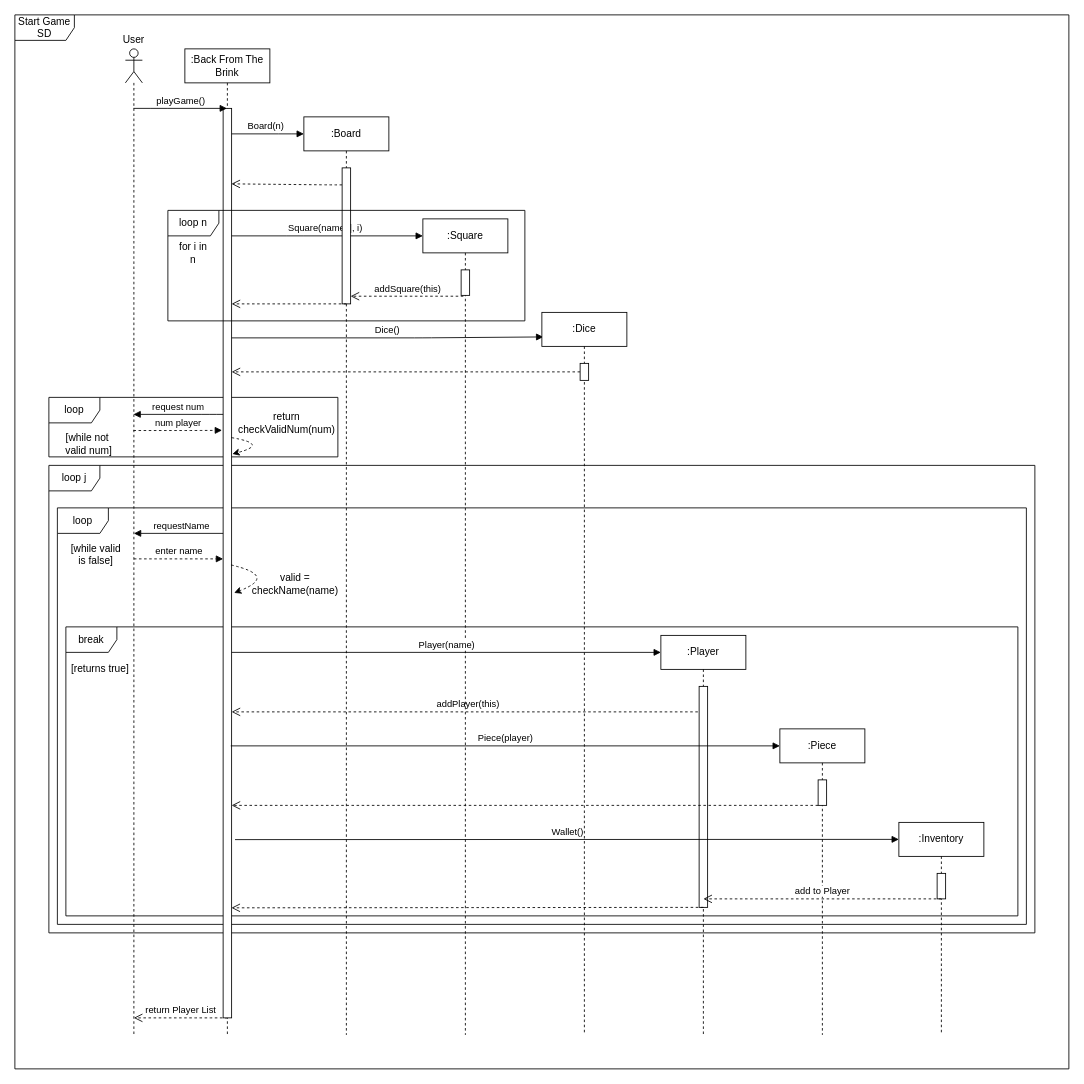
Earlier version of the draw.io diagram Documentation/Sequence Diagrams/Start Game SD (draft).drawio (cmcgarry5/csc2058-2021-g25). Source tidied: cells renumbered, new cells numbered last; positions are measured from the earlier drawing's top-left corner, leaving out a move shared by most shapes. Both pictures are drawn from the tidied source at 85%, with x=0, y=0 at pixel (14, 14).
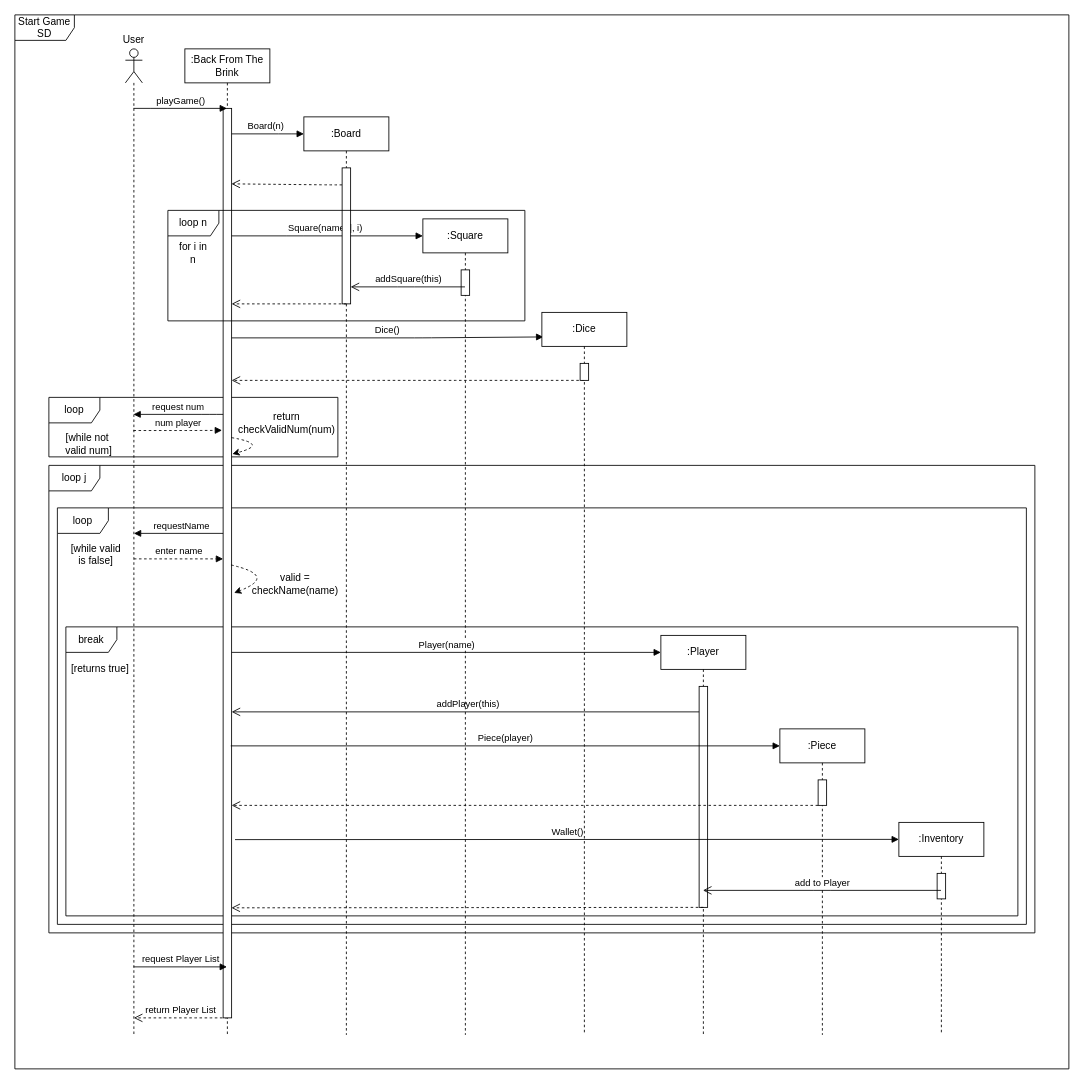
The same diagram, later.

Unchanged cells that the change refers to:
```xml
<mxCell id="13" style="shape=umlLifeline;participant=umlActor;perimeter=lifelinePerimeter;whiteSpace=wrap;html=1;verticalAlign=top;spacingTop=36;outlineConnect=0;" parent="1" vertex="1">
  <mxGeometry x="130" y="40" width="20" height="1160" as="geometry" />
</mxCell>
<mxCell id="14" value=":Back From The Brink" style="shape=umlLifeline;perimeter=lifelinePerimeter;whiteSpace=wrap;html=1;outlineConnect=0;" parent="1" vertex="1">
  <mxGeometry x="200" y="40" width="100" height="1160" as="geometry" />
</mxCell>
<mxCell id="15" style="html=1;points=[];perimeter=orthogonalPerimeter;" parent="14" vertex="1">
  <mxGeometry x="45" y="70" width="10" height="1070" as="geometry" />
</mxCell>
<mxCell id="19" style="html=1;points=[];perimeter=orthogonalPerimeter;" parent="18" vertex="1">
  <mxGeometry x="45" y="60" width="10" height="160" as="geometry" />
</mxCell>
<mxCell id="24" value=":Square" style="shape=umlLifeline;perimeter=lifelinePerimeter;whiteSpace=wrap;html=1;outlineConnect=0;" parent="1" vertex="1">
  <mxGeometry x="480" y="240" width="100" height="960" as="geometry" />
</mxCell>
<mxCell id="25" style="html=1;points=[];perimeter=orthogonalPerimeter;" parent="24" vertex="1">
  <mxGeometry x="45" y="60" width="10" height="30" as="geometry" />
</mxCell>
<mxCell id="31" value=":Player" style="shape=umlLifeline;perimeter=lifelinePerimeter;whiteSpace=wrap;html=1;outlineConnect=0;" parent="1" vertex="1">
  <mxGeometry x="760" y="730" width="100" height="470" as="geometry" />
</mxCell>
<mxCell id="45" value=":Dice" style="shape=umlLifeline;perimeter=lifelinePerimeter;whiteSpace=wrap;html=1;outlineConnect=0;" parent="1" vertex="1">
  <mxGeometry x="620" y="350" width="100" height="850" as="geometry" />
</mxCell>
<mxCell id="46" style="html=1;points=[];perimeter=orthogonalPerimeter;" parent="45" vertex="1">
  <mxGeometry x="45" y="60" width="10" height="20" as="geometry" />
</mxCell>
<mxCell id="47" value=":Inventory" style="shape=umlLifeline;perimeter=lifelinePerimeter;whiteSpace=wrap;html=1;outlineConnect=0;" parent="1" vertex="1">
  <mxGeometry x="1040" y="950" width="100" height="250" as="geometry" />
</mxCell>
```

What changed in the source:
```diff
@@
-    <mxCell id="2" value="addPlayer(this)" style="html=1;verticalAlign=bottom;endArrow=open;endSize=8;dashed=1;" parent="1" edge="1" source="31">
-      <mxGeometry relative="1" as="geometry">
-        <mxPoint x="255" y="820" as="targetPoint" />
-      </mxGeometry>
-    </mxCell>
@@
+    <mxCell id="7" value="break" style="shape=umlFrame;whiteSpace=wrap;html=1;" parent="1" vertex="1">
+      <mxGeometry x="60" y="720" width="1120" height="340" as="geometry" />
+    </mxCell>
+    <mxCell id="2" value="addPlayer(this)" style="html=1;verticalAlign=bottom;endArrow=open;endSize=8;" parent="1" edge="1" source="31">
+      <mxGeometry relative="1" as="geometry">
+        <mxPoint x="255" y="820" as="targetPoint" />
+      </mxGeometry>
+    </mxCell>
@@
-    <mxCell id="7" value="break" style="shape=umlFrame;whiteSpace=wrap;html=1;" parent="1" vertex="1">
-      <mxGeometry x="60" y="720" width="1120" height="340" as="geometry" />
-    </mxCell>
@@
-    <mxCell id="26" value="addSquare(this)" style="html=1;verticalAlign=bottom;endArrow=open;endSize=8;exitX=0.26;exitY=1.033;exitDx=0;exitDy=0;exitPerimeter=0;dashed=1;" parent="1" edge="1" source="25" target="19">
-      <mxGeometry relative="1" as="geometry" />
+    <mxCell id="26" value="addSquare(this)" style="html=1;verticalAlign=bottom;endArrow=open;endSize=8;" parent="1" edge="1" source="24" target="19">
+      <mxGeometry relative="1" as="geometry">
+        <Array as="points">
+          <mxPoint x="460" y="320" />
+        </Array>
+      </mxGeometry>
     </mxCell>
@@
-    <mxCell id="36" style="html=1;verticalAlign=bottom;endArrow=open;dashed=1;endSize=8;" parent="1" edge="1" source="46" target="15">
-      <mxGeometry relative="1" as="geometry" />
+    <mxCell id="36" style="html=1;verticalAlign=bottom;endArrow=open;dashed=1;endSize=8;" parent="1" edge="1" source="45" target="15">
+      <mxGeometry relative="1" as="geometry">
+        <Array as="points">
+          <mxPoint x="510" y="430" />
+        </Array>
+      </mxGeometry>
     </mxCell>
@@
-    <mxCell id="50" value="add to Player" style="html=1;verticalAlign=bottom;endArrow=open;endSize=8;dashed=1;" parent="1" edge="1">
+    <mxCell id="50" value="add to Player" style="html=1;verticalAlign=bottom;endArrow=open;endSize=8;" parent="1" edge="1" source="47" target="31">
       <mxGeometry relative="1" as="geometry">
-        <mxPoint x="1090" y="1040" as="sourcePoint" />
-        <mxPoint x="810" y="1040" as="targetPoint" />
+        <Array as="points">
+          <mxPoint x="950" y="1030" />
+        </Array>
       </mxGeometry>
     </mxCell>
@@
+    <mxCell id="52" value="request Player List" style="html=1;verticalAlign=bottom;endArrow=block;" parent="1" edge="1" source="13" target="14">
+      <mxGeometry relative="1" as="geometry">
+        <Array as="points">
+          <mxPoint x="210" y="1120" />
+        </Array>
+      </mxGeometry>
+    </mxCell>
```
